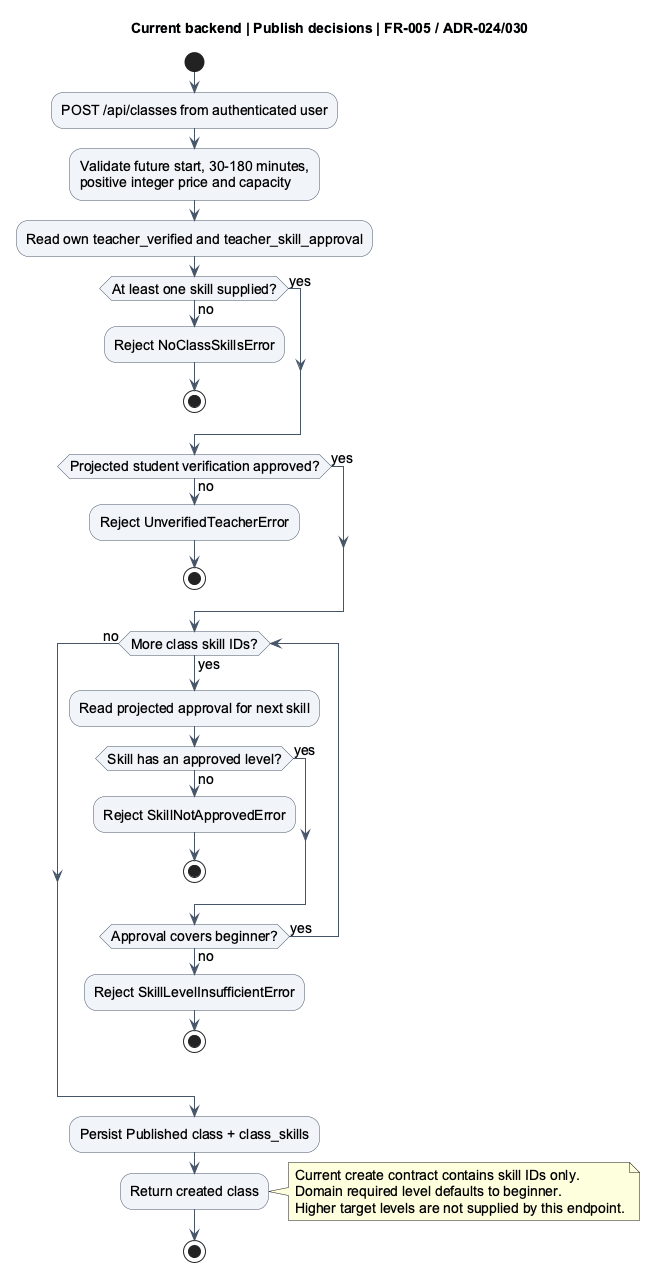
The PlantUML diagram docs/diagrams/checkpoint/generated/activity-publish.png in trankien022/SkillSwap, before a commit.
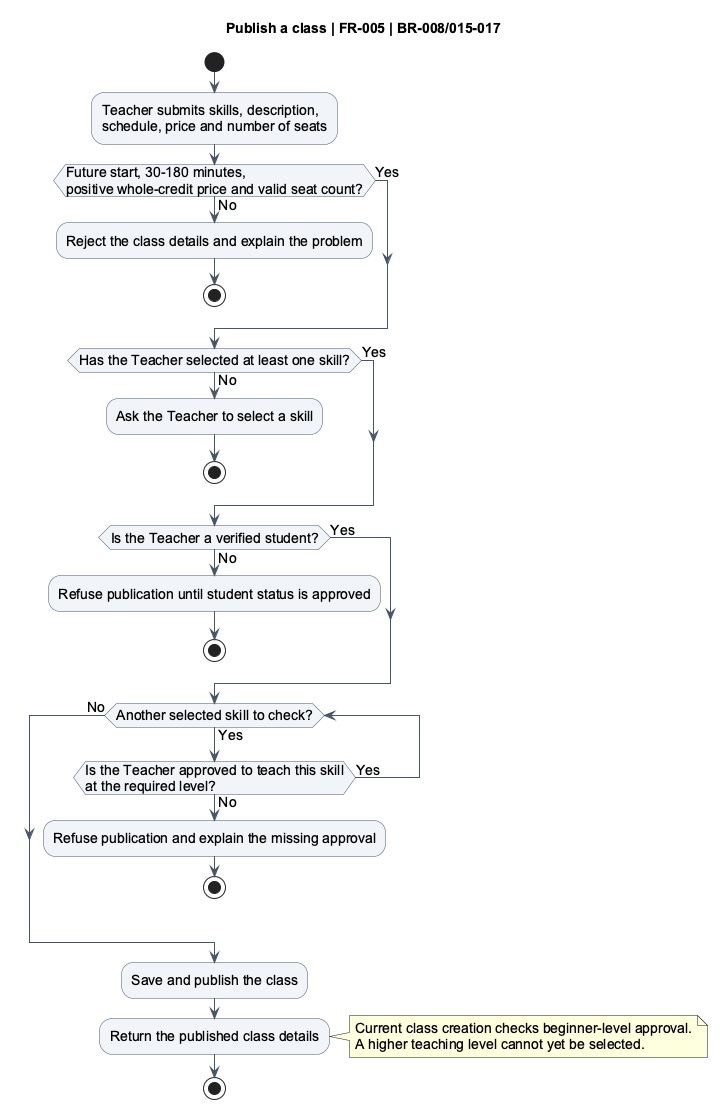
After the commit.

What changed in the source:
```diff
@@ -1,49 +1,45 @@
 @startuml
-title Current backend | Publish decisions | FR-005 / ADR-024/030
+title Publish a class | FR-005 | BR-008/015-017
 skinparam backgroundColor #FFFFFF
 skinparam shadowing false
 skinparam defaultFontName Arial
 skinparam defaultFontSize 14
 skinparam ArrowColor #475569
+skinparam activityBackgroundColor #F1F5F9
+skinparam activityBorderColor #475569
 skinparam sequenceParticipantBackgroundColor #F1F5F9
 skinparam sequenceParticipantBorderColor #475569
-skinparam activityBackgroundColor #F1F5F9
-skinparam activityBorderColor #475569
 skinparam stateBackgroundColor #F1F5F9
 skinparam stateBorderColor #475569
 start
-:POST /api/classes from authenticated user;
-:Validate future start, 30-180 minutes,\npositive integer price and capacity;
-:Read own teacher_verified and teacher_skill_approval;
-if (At least one skill supplied?) then (yes)
-else (no)
- :Reject NoClassSkillsError;
+:Teacher submits skills, description,\nschedule, price and number of seats;
+if (Future start, 30-180 minutes,\npositive whole-credit price and valid seat count?) then (Yes)
+else (No)
+ :Reject the class details and explain the problem;
  stop
 endif
-if (Projected student verification approved?) then (yes)
-else (no)
- :Reject UnverifiedTeacherError;
+if (Has the Teacher selected at least one skill?) then (Yes)
+else (No)
+ :Ask the Teacher to select a skill;
  stop
 endif
-while (More class skill IDs?) is (yes)
- :Read projected approval for next skill;
- if (Skill has an approved level?) then (yes)
- else (no)
-  :Reject SkillNotApprovedError;
+if (Is the Teacher a verified student?) then (Yes)
+else (No)
+ :Refuse publication until student status is approved;
+ stop
+endif
+while (Another selected skill to check?) is (Yes)
+ if (Is the Teacher approved to teach this skill\nat the required level?) then (Yes)
+ else (No)
+  :Refuse publication and explain the missing approval;
   stop
  endif
- if (Approval covers beginner?) then (yes)
- else (no)
-  :Reject SkillLevelInsufficientError;
-  stop
- endif
-endwhile (no)
-:Persist Published class + class_skills;
-:Return created class;
+endwhile (No)
+:Save and publish the class;
+:Return the published class details;
 note right
- Current create contract contains skill IDs only.
- Domain required level defaults to beginner.
- Higher target levels are not supplied by this endpoint.
+ Current class creation checks beginner-level approval.
+ A higher teaching level cannot yet be selected.
 end note
 stop
 @enduml
```
